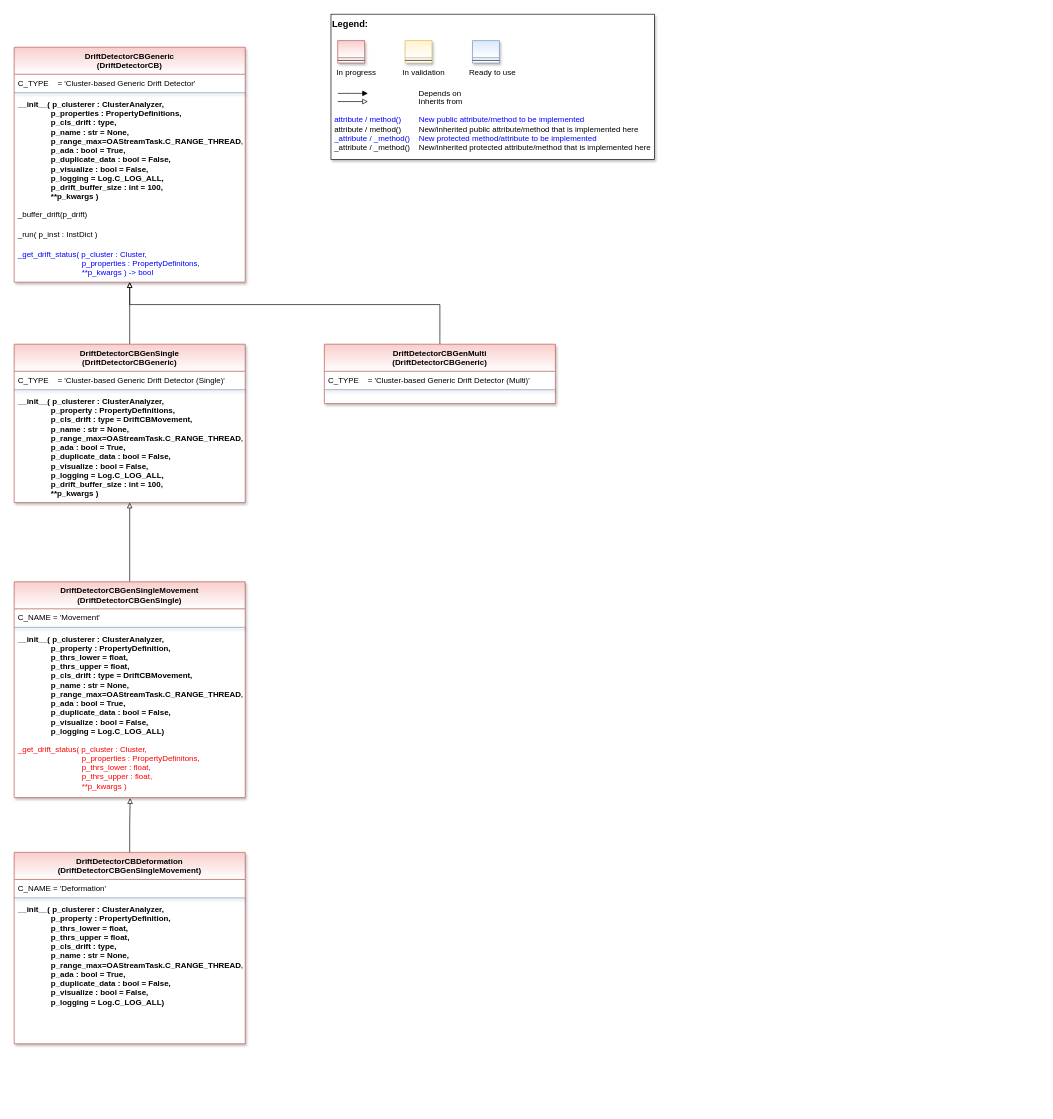
The draw.io diagram doc/rtd/content/99_appendices/appendix2/sub/mlpro_oa/streams/30_change_detection/20_drift_detection/20_cluster_based/generic/images/MLPro-OA-CB-Gen-Drift-Detectors_class_diagram.drawio in fhswf/MLPro, before the edit. Source tidied: cells renumbered, new cells numbered last; positions are measured from the earlier drawing's top-left corner, leaving out a move shared by most shapes. Both pictures are drawn from the tidied source at 66%, with x=0, y=0 at pixel (14, 14).
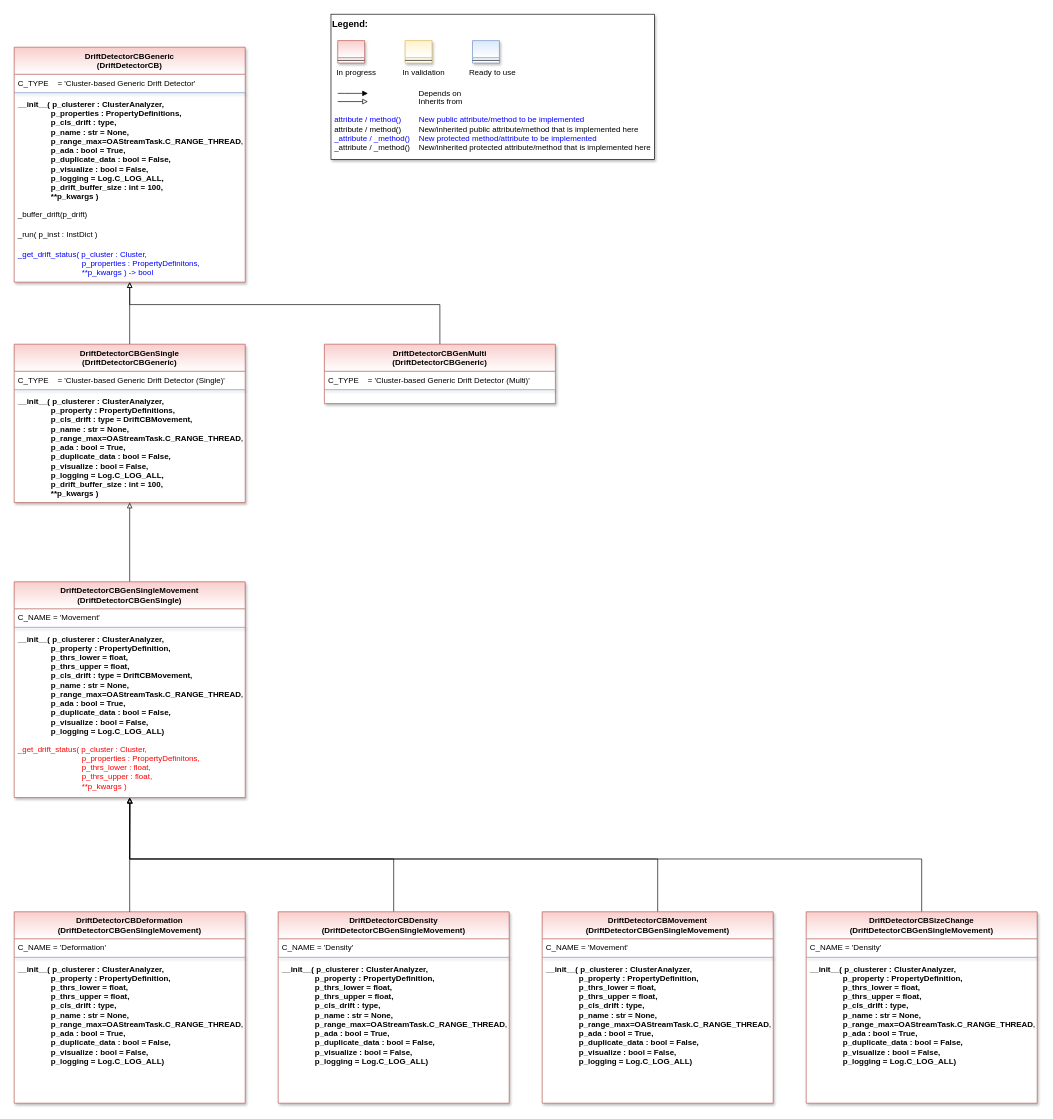
After the change.

Unchanged cells that the change refers to:
```xml
<mxCell id="29" value="DriftDetectorCBGenSingleMovement&#10;(DriftDetectorCBGenSingle)" style="swimlane;align=center;verticalAlign=top;horizontal=1;startSize=41;rounded=0;shadow=1;strokeWidth=1;fillColor=#f8cecc;strokeColor=#b85450;swimlaneFillColor=#ffffff;gradientColor=#FFFFFF;" parent="1" vertex="1">
  <mxGeometry y="860" width="350" height="327" as="geometry" />
</mxCell>
```

Change to the diagram source:
```diff
@@
+    <mxCell id="39" style="edgeStyle=orthogonalEdgeStyle;rounded=0;jettySize=auto;html=1;endArrow=block;endFill=0;exitX=0.5;exitY=0;exitDx=0;exitDy=0;" parent="1" edge="1" source="42" target="29">
+      <mxGeometry relative="1" as="geometry">
+        <Array as="points">
+          <mxPoint x="575" y="1280" />
+          <mxPoint x="175" y="1280" />
+        </Array>
+      </mxGeometry>
+    </mxCell>
+    <mxCell id="40" style="edgeStyle=orthogonalEdgeStyle;rounded=0;jettySize=auto;html=1;endArrow=block;endFill=0;exitX=0.5;exitY=0;exitDx=0;exitDy=0;" parent="1" edge="1" source="46" target="29">
+      <mxGeometry relative="1" as="geometry">
+        <Array as="points">
+          <mxPoint x="1375" y="1280" />
+          <mxPoint x="175" y="1280" />
+        </Array>
+      </mxGeometry>
+    </mxCell>
+    <mxCell id="41" style="edgeStyle=orthogonalEdgeStyle;rounded=0;jettySize=auto;html=1;endArrow=block;endFill=0;exitX=0.5;exitY=0;exitDx=0;exitDy=0;" parent="1" edge="1" source="50" target="29">
+      <mxGeometry relative="1" as="geometry">
+        <Array as="points">
+          <mxPoint x="975" y="1280" />
+          <mxPoint x="175" y="1280" />
+        </Array>
+      </mxGeometry>
+    </mxCell>
@@
     <mxCell id="34" value="DriftDetectorCBDeformation&#10;(DriftDetectorCBGenSingleMovement)" style="swimlane;align=center;verticalAlign=top;horizontal=1;startSize=41;rounded=0;shadow=1;strokeWidth=1;fillColor=#f8cecc;strokeColor=#b85450;swimlaneFillColor=#ffffff;gradientColor=#FFFFFF;" parent="1" vertex="1">
-      <mxGeometry y="1270" width="350" height="290" as="geometry" />
+      <mxGeometry y="1360" width="350" height="290" as="geometry" />
     </mxCell>
@@
+    <mxCell id="42" value="DriftDetectorCBDensity&#10;(DriftDetectorCBGenSingleMovement)" style="swimlane;align=center;verticalAlign=top;horizontal=1;startSize=41;rounded=0;shadow=1;strokeWidth=1;fillColor=#f8cecc;strokeColor=#b85450;swimlaneFillColor=#ffffff;gradientColor=#FFFFFF;" parent="1" vertex="1">
+      <mxGeometry x="400" y="1360" width="350" height="290" as="geometry" />
+    </mxCell>
+    <mxCell id="43" value="C_NAME = 'Density'" style="text;align=left;verticalAlign=top;spacingLeft=4;spacingRight=4;overflow=hidden;" parent="42" vertex="1">
+      <mxGeometry y="41" width="350" height="24" as="geometry" />
+    </mxCell>
+    <mxCell id="44" style="line;html=1;strokeWidth=1;align=center;verticalAlign=top;spacingTop=-1;spacingLeft=3;spacingRight=3;labelPosition=right;rounded=0;shadow=1;strokeColor=#6c8ebf;swimlaneFillColor=#ffffff;fontFamily=Helvetica;fontSize=12;fontColor=default;fontStyle=3;fillColor=#dae8fc;gradientColor=#ffffff;" parent="42" vertex="1">
+      <mxGeometry y="65" width="350" height="8" as="geometry" />
+    </mxCell>
+    <mxCell id="45" value="__init__( p_clusterer : ClusterAnalyzer,&#10;               p_property : PropertyDefinition,&#10;               p_thrs_lower = float,&#10;               p_thrs_upper = float,               &#10;               p_cls_drift : type,&#10;               p_name : str = None,&#10;               p_range_max=OAStreamTask.C_RANGE_THREAD,&#10;               p_ada : bool = True,&#10;               p_duplicate_data : bool = False,&#10;               p_visualize : bool = False,&#10;               p_logging = Log.C_LOG_ALL)" style="text;align=left;verticalAlign=top;spacingLeft=4;spacingRight=4;overflow=hidden;fontStyle=1;" parent="42" vertex="1">
+      <mxGeometry y="73" width="350" height="167" as="geometry" />
+    </mxCell>
+    <mxCell id="46" value="DriftDetectorCBSizeChange&#10;(DriftDetectorCBGenSingleMovement)" style="swimlane;align=center;verticalAlign=top;horizontal=1;startSize=41;rounded=0;shadow=1;strokeWidth=1;fillColor=#f8cecc;strokeColor=#b85450;swimlaneFillColor=#ffffff;gradientColor=#FFFFFF;" parent="1" vertex="1">
+      <mxGeometry x="1200" y="1360" width="350" height="290" as="geometry" />
+    </mxCell>
+    <mxCell id="47" value="C_NAME = 'Density'" style="text;align=left;verticalAlign=top;spacingLeft=4;spacingRight=4;overflow=hidden;" parent="46" vertex="1">
+      <mxGeometry y="41" width="350" height="24" as="geometry" />
+    </mxCell>
+    <mxCell id="48" style="line;html=1;strokeWidth=1;align=center;verticalAlign=top;spacingTop=-1;spacingLeft=3;spacingRight=3;labelPosition=right;rounded=0;shadow=1;strokeColor=#6c8ebf;swimlaneFillColor=#ffffff;fontFamily=Helvetica;fontSize=12;fontColor=default;fontStyle=3;fillColor=#dae8fc;gradientColor=#ffffff;" parent="46" vertex="1">
+      <mxGeometry y="65" width="350" height="8" as="geometry" />
+    </mxCell>
+    <mxCell id="49" value="__init__( p_clusterer : ClusterAnalyzer,&#10;               p_property : PropertyDefinition,&#10;               p_thrs_lower = float,&#10;               p_thrs_upper = float,               &#10;               p_cls_drift : type,&#10;               p_name : str = None,&#10;               p_range_max=OAStreamTask.C_RANGE_THREAD,&#10;               p_ada : bool = True,&#10;               p_duplicate_data : bool = False,&#10;               p_visualize : bool = False,&#10;               p_logging = Log.C_LOG_ALL)" style="text;align=left;verticalAlign=top;spacingLeft=4;spacingRight=4;overflow=hidden;fontStyle=1;" parent="46" vertex="1">
+      <mxGeometry y="73" width="350" height="167" as="geometry" />
+    </mxCell>
+    <mxCell id="50" value="DriftDetectorCBMovement&#10;(DriftDetectorCBGenSingleMovement)" style="swimlane;align=center;verticalAlign=top;horizontal=1;startSize=41;rounded=0;shadow=1;strokeWidth=1;fillColor=#f8cecc;strokeColor=#b85450;swimlaneFillColor=#ffffff;gradientColor=#FFFFFF;" parent="1" vertex="1">
+      <mxGeometry x="800" y="1360" width="350" height="290" as="geometry" />
+    </mxCell>
+    <mxCell id="51" value="C_NAME = 'Movement'" style="text;align=left;verticalAlign=top;spacingLeft=4;spacingRight=4;overflow=hidden;" parent="50" vertex="1">
+      <mxGeometry y="41" width="350" height="24" as="geometry" />
+    </mxCell>
+    <mxCell id="52" style="line;html=1;strokeWidth=1;align=center;verticalAlign=top;spacingTop=-1;spacingLeft=3;spacingRight=3;labelPosition=right;rounded=0;shadow=1;strokeColor=#6c8ebf;swimlaneFillColor=#ffffff;fontFamily=Helvetica;fontSize=12;fontColor=default;fontStyle=3;fillColor=#dae8fc;gradientColor=#ffffff;" parent="50" vertex="1">
+      <mxGeometry y="65" width="350" height="8" as="geometry" />
+    </mxCell>
+    <mxCell id="53" value="__init__( p_clusterer : ClusterAnalyzer,&#10;               p_property : PropertyDefinition,&#10;               p_thrs_lower = float,&#10;               p_thrs_upper = float,               &#10;               p_cls_drift : type,&#10;               p_name : str = None,&#10;               p_range_max=OAStreamTask.C_RANGE_THREAD,&#10;               p_ada : bool = True,&#10;               p_duplicate_data : bool = False,&#10;               p_visualize : bool = False,&#10;               p_logging = Log.C_LOG_ALL)" style="text;align=left;verticalAlign=top;spacingLeft=4;spacingRight=4;overflow=hidden;fontStyle=1;" parent="50" vertex="1">
+      <mxGeometry y="73" width="350" height="167" as="geometry" />
+    </mxCell>
```
